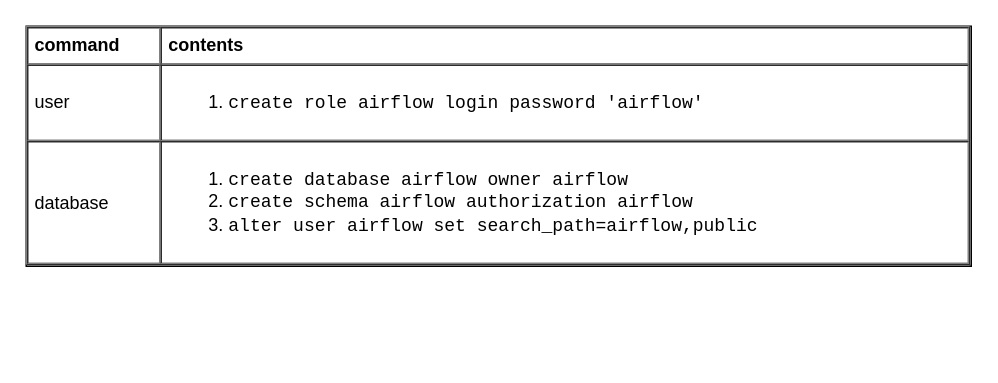
Above: page "postgresql-cmd" (4 of 8) of db/db.drawio in yangdj/tf_docs (draw.io), before the change. Source tidied: cells renumbered, new cells numbered last; positions are measured from the earlier drawing's top-left corner, leaving out a move shared by most shapes. Both pictures are drawn from the tidied source at 150%, with x=0, y=0 at pixel (26, 26).
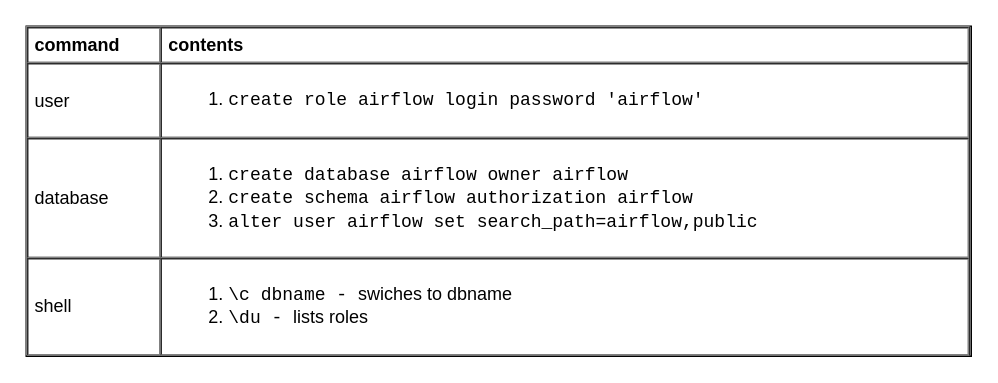
The same diagram, later.

Diff of the diagram source:
```diff
@@
 <mxGraphModel>
   <root>
     <mxCell id="0" />
     <mxCell id="1" parent="0" />
-    <mxCell id="2" value="&lt;table cellpadding=&quot;4&quot; cellspacing=&quot;0&quot; border=&quot;1&quot; style=&quot;font-size: 1em ; width: 100% ; height: 100%&quot;&gt;&lt;tbody&gt;&lt;tr&gt;&lt;th&gt;command&lt;/th&gt;&lt;th&gt;contents&lt;/th&gt;&lt;/tr&gt;&lt;tr&gt;&lt;td&gt;user&lt;br&gt;&lt;/td&gt;&lt;td&gt;&lt;ol&gt;&lt;li&gt;&lt;font face=&quot;Courier New&quot;&gt;create role airflow login password 'airflow'&lt;/font&gt;&lt;/li&gt;&lt;/ol&gt;&lt;/td&gt;&lt;/tr&gt;&lt;tr&gt;&lt;td&gt;database&lt;/td&gt;&lt;td&gt;&lt;ol&gt;&lt;li&gt;&lt;span style=&quot;font-family: &amp;#34;courier new&amp;#34; ; font-size: 1em&quot;&gt;create database airflow owner airflow&lt;/span&gt;&lt;br&gt;&lt;/li&gt;&lt;li&gt;&lt;font face=&quot;Courier New&quot;&gt;create schema airflow authorization airflow &lt;/font&gt;&lt;/li&gt;&lt;li&gt;&lt;font face=&quot;Courier New&quot;&gt;alter user airflow set search_path=airflow,public&lt;/font&gt;&lt;/li&gt;&lt;/ol&gt;&lt;/td&gt;&lt;/tr&gt;&lt;/tbody&gt;&lt;/table&gt; " style="verticalAlign=top;align=left;overflow=fill;fontSize=12;fontFamily=Helvetica;html=1;" parent="1" vertex="1">
-      <mxGeometry width="630" height="160" as="geometry" />
+    <mxCell id="2" value="&lt;table cellpadding=&quot;4&quot; cellspacing=&quot;0&quot; border=&quot;1&quot; style=&quot;font-size: 1em ; width: 100% ; height: 100%&quot;&gt;&lt;tbody&gt;&lt;tr&gt;&lt;th&gt;command&lt;/th&gt;&lt;th&gt;contents&lt;/th&gt;&lt;/tr&gt;&lt;tr&gt;&lt;td&gt;user&lt;br&gt;&lt;/td&gt;&lt;td&gt;&lt;ol&gt;&lt;li&gt;&lt;font face=&quot;Courier New&quot;&gt;create role airflow login password 'airflow'&lt;/font&gt;&lt;/li&gt;&lt;/ol&gt;&lt;/td&gt;&lt;/tr&gt;&lt;tr&gt;&lt;td&gt;database&lt;/td&gt;&lt;td&gt;&lt;ol&gt;&lt;li&gt;&lt;span style=&quot;font-family: &amp;#34;courier new&amp;#34; ; font-size: 1em&quot;&gt;create database airflow owner airflow&lt;/span&gt;&lt;br&gt;&lt;/li&gt;&lt;li&gt;&lt;font face=&quot;Courier New&quot;&gt;create schema airflow authorization airflow &lt;/font&gt;&lt;/li&gt;&lt;li&gt;&lt;font face=&quot;Courier New&quot;&gt;alter user airflow set search_path=airflow,public&lt;/font&gt;&lt;/li&gt;&lt;/ol&gt;&lt;/td&gt;&lt;/tr&gt;&lt;tr&gt;&lt;td&gt;shell&lt;/td&gt;&lt;td&gt;&lt;ol&gt;&lt;li&gt;&lt;font face=&quot;Courier New&quot;&gt;\c dbname - &lt;/font&gt;swiches to dbname&lt;/li&gt;&lt;li&gt;&lt;font face=&quot;Courier New&quot;&gt;\du - &lt;/font&gt;lists roles&lt;/li&gt;&lt;/ol&gt;&lt;/td&gt;&lt;/tr&gt;&lt;/tbody&gt;&lt;/table&gt; " style="verticalAlign=top;align=left;overflow=fill;fontSize=12;fontFamily=Helvetica;html=1;" parent="1" vertex="1">
+      <mxGeometry width="630" height="220" as="geometry" />
     </mxCell>
   </root>
 </mxGraphModel>
```
